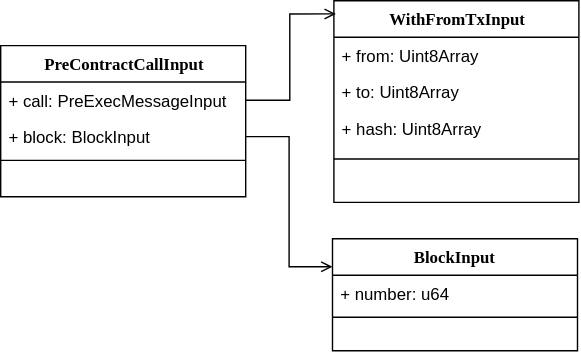
Before: docs/develop/reference/aspect-lib/tx-level-aspect/pre-tx-execute/class.svg, a diagram exported from draw.io (artela-network/artela-docs). Source tidied: cells renumbered, new cells last; positions are measured from the earlier drawing's top-left corner, leaving out a move shared by most shapes.
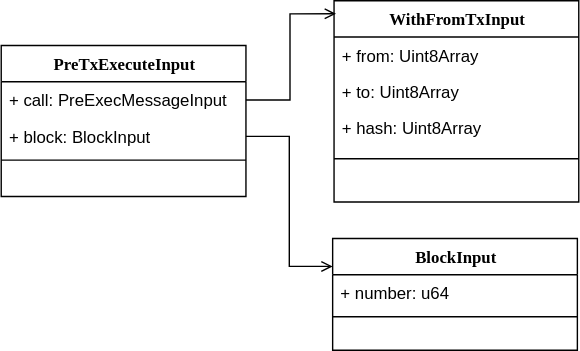
After the commit.

What changed in the source:
```diff
@@ -2,7 +2,7 @@
   <root>
     <mxCell id="0" />
     <mxCell id="1" parent="0" />
-    <mxCell id="2" value="PreContractCallInput" style="swimlane;html=1;fontStyle=1;align=center;verticalAlign=top;horizontal=1;startSize=26;swimlaneFillColor=#ffffff;rounded=0;shadow=0;comic=0;labelBackgroundColor=none;strokeWidth=1;fillColor=none;fontFamily=Verdana;fontSize=12;" parent="1" vertex="1">
+    <mxCell id="2" value="PreTxExecuteInput" style="swimlane;html=1;fontStyle=1;align=center;verticalAlign=top;horizontal=1;startSize=26;swimlaneFillColor=#ffffff;rounded=0;shadow=0;comic=0;labelBackgroundColor=none;strokeWidth=1;fillColor=none;fontFamily=Verdana;fontSize=12;" parent="1" vertex="1">
       <mxGeometry y="32" width="175" height="108" as="geometry" />
     </mxCell>
     <mxCell id="3" value="+&amp;nbsp;call&lt;span style=&quot;background-color: initial;&quot;&gt;:&amp;nbsp;&lt;/span&gt;PreExecMessageInput" style="text;html=1;strokeColor=none;fillColor=none;align=left;verticalAlign=top;spacingLeft=4;spacingRight=4;whiteSpace=wrap;overflow=hidden;points=[[0,0.5],[1,0.5]];portConstraint=eastwest;" parent="2" vertex="1">
```
